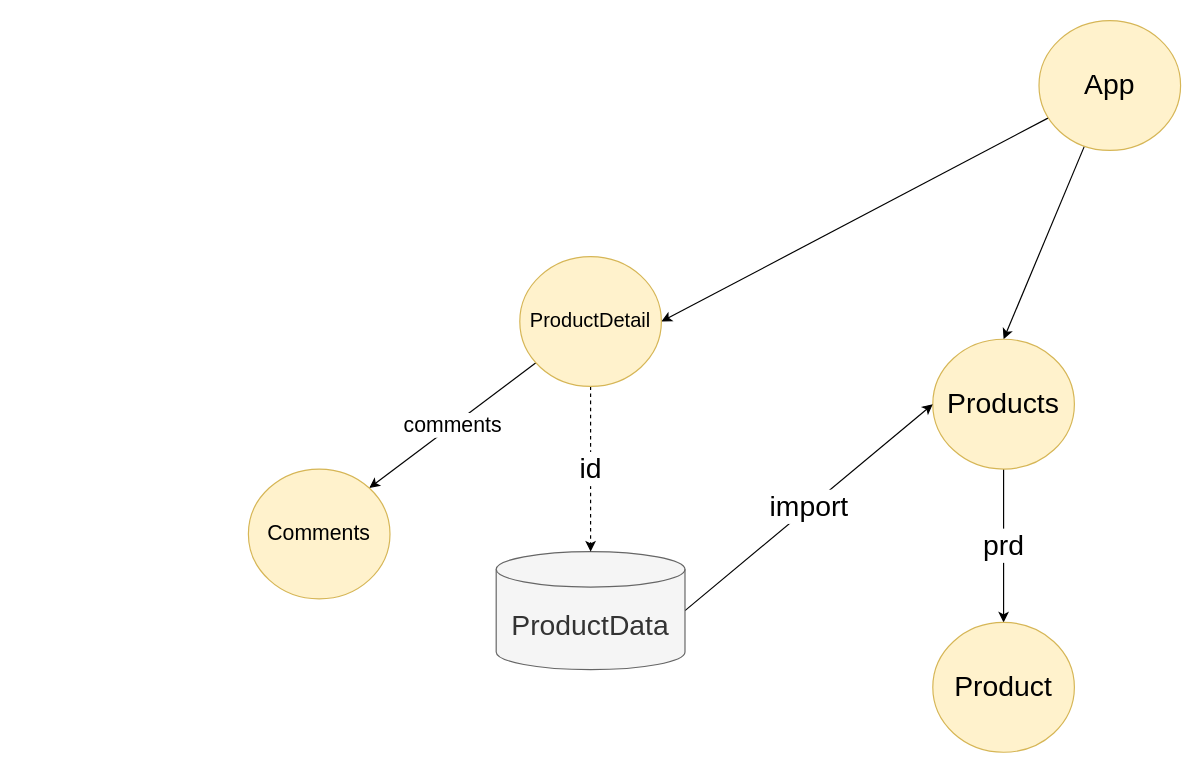
The draw.io diagram page "ProductApp" (2 of 2) of Drawings.drawio in zcomert/BTK-AI-based-Web-Apps, before the edit. Source tidied: cells renumbered, new cells numbered last; positions are measured from the earlier drawing's top-left corner, leaving out a move shared by most shapes. Both pictures are drawn from the tidied source at 118%, with x=0, y=0 at pixel (248, 20).
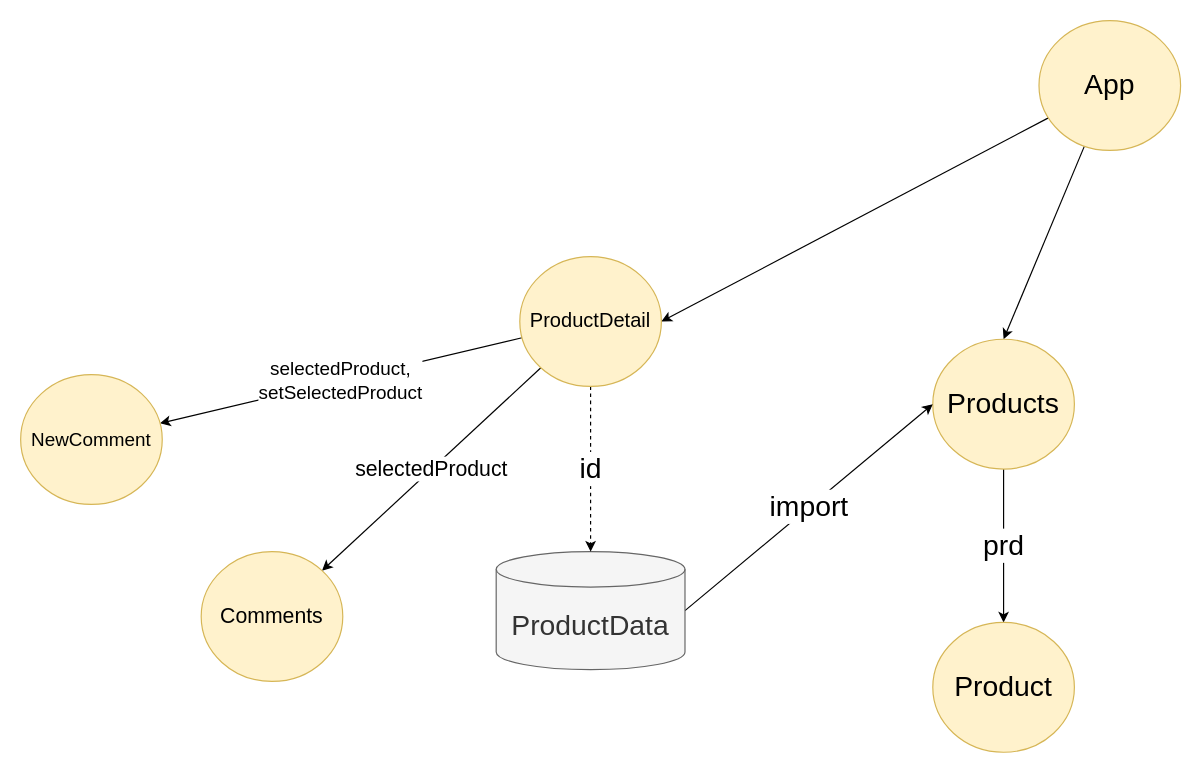
Above is the later version.

Commit message (it also covers changes not shown here):
SelectedProduct has been updated.

Diff of the diagram source:
```diff
@@
 <mxGraphModel>
   <root>
     <mxCell id="0" />
     <mxCell id="1" parent="0" />
     <mxCell id="2" style="rounded=0;jettySize=auto;html=1;entryX=0.5;entryY=0;entryDx=0;entryDy=0;fontSize=24;" parent="1" edge="1" source="4" target="6">
       <mxGeometry relative="1" as="geometry" />
     </mxCell>
     <mxCell id="3" style="edgeStyle=none;rounded=0;jettySize=auto;html=1;entryX=1;entryY=0.5;entryDx=0;entryDy=0;fontSize=17;" parent="1" edge="1" source="4" target="12">
       <mxGeometry relative="1" as="geometry" />
     </mxCell>
     <mxCell id="4" value="App" style="ellipse;whiteSpace=wrap;html=1;fontSize=24;fillColor=#fff2cc;strokeColor=#d6b656;" parent="1" vertex="1">
       <mxGeometry x="670" width="120" height="110" as="geometry" />
     </mxCell>
     <mxCell id="5" value="prd" style="edgeStyle=none;rounded=0;jettySize=auto;html=1;fontSize=24;" parent="1" edge="1" source="6" target="10">
       <mxGeometry relative="1" as="geometry" />
     </mxCell>
     <mxCell id="6" value="Products" style="ellipse;whiteSpace=wrap;html=1;fontSize=24;fillColor=#fff2cc;strokeColor=#d6b656;" parent="1" vertex="1">
       <mxGeometry x="580" y="270" width="120" height="110" as="geometry" />
     </mxCell>
     <mxCell id="7" value="import" style="rounded=0;jettySize=auto;html=1;entryX=0;entryY=0.5;entryDx=0;entryDy=0;fontSize=24;exitX=1;exitY=0.5;exitDx=0;exitDy=0;exitPerimeter=0;" parent="1" edge="1" source="8" target="6">
       <mxGeometry relative="1" as="geometry" />
     </mxCell>
     <mxCell id="8" value="ProductData" style="shape=cylinder3;whiteSpace=wrap;html=1;boundedLbl=1;backgroundOutline=1;size=15;fontSize=24;fillColor=#f5f5f5;strokeColor=#666666;fontColor=#333333;" parent="1" vertex="1">
       <mxGeometry x="210" y="450" width="160" height="100" as="geometry" />
     </mxCell>
     <mxCell id="9" value="id" style="edgeStyle=none;rounded=0;jettySize=auto;html=1;fontSize=24;dashed=1;exitX=0.5;exitY=1;exitDx=0;exitDy=0;entryX=0.5;entryY=0;entryDx=0;entryDy=0;entryPerimeter=0;" parent="1" edge="1" source="12" target="8">
       <mxGeometry relative="1" as="geometry" />
     </mxCell>
     <mxCell id="10" value="Product" style="ellipse;whiteSpace=wrap;html=1;fontSize=24;fillColor=#fff2cc;strokeColor=#d6b656;" parent="1" vertex="1">
       <mxGeometry x="580" y="510" width="120" height="110" as="geometry" />
     </mxCell>
-    <mxCell id="11" value="comments" style="edgeStyle=none;rounded=0;jettySize=auto;html=1;entryX=1;entryY=0;entryDx=0;entryDy=0;fontSize=18;" parent="1" edge="1" source="12" target="13">
+    <mxCell id="11" value="selectedProduct" style="edgeStyle=none;rounded=0;jettySize=auto;html=1;entryX=1;entryY=0;entryDx=0;entryDy=0;fontSize=18;" parent="1" edge="1" source="12" target="13">
       <mxGeometry relative="1" as="geometry" />
     </mxCell>
+    <mxCell id="14" value="selectedProduct, &lt;br&gt;setSelectedProduct" style="rounded=0;jettySize=auto;html=1;fontSize=16;" parent="1" edge="1" source="12" target="15">
+      <mxGeometry relative="1" as="geometry" />
+    </mxCell>
     <mxCell id="12" value="ProductDetail" style="ellipse;whiteSpace=wrap;html=1;fontSize=17;fillColor=#fff2cc;strokeColor=#d6b656;" parent="1" vertex="1">
       <mxGeometry x="230" y="200" width="120" height="110" as="geometry" />
     </mxCell>
     <mxCell id="13" value="Comments" style="ellipse;whiteSpace=wrap;html=1;fontSize=18;fillColor=#fff2cc;strokeColor=#d6b656;" parent="1" vertex="1">
-      <mxGeometry y="380" width="120" height="110" as="geometry" />
+      <mxGeometry x="-40" y="450" width="120" height="110" as="geometry" />
     </mxCell>
+    <mxCell id="15" value="NewComment" style="ellipse;whiteSpace=wrap;html=1;fontSize=16;fillColor=#fff2cc;strokeColor=#d6b656;" parent="1" vertex="1">
+      <mxGeometry x="-193" y="300" width="120" height="110" as="geometry" />
+    </mxCell>
   </root>
 </mxGraphModel>
```
